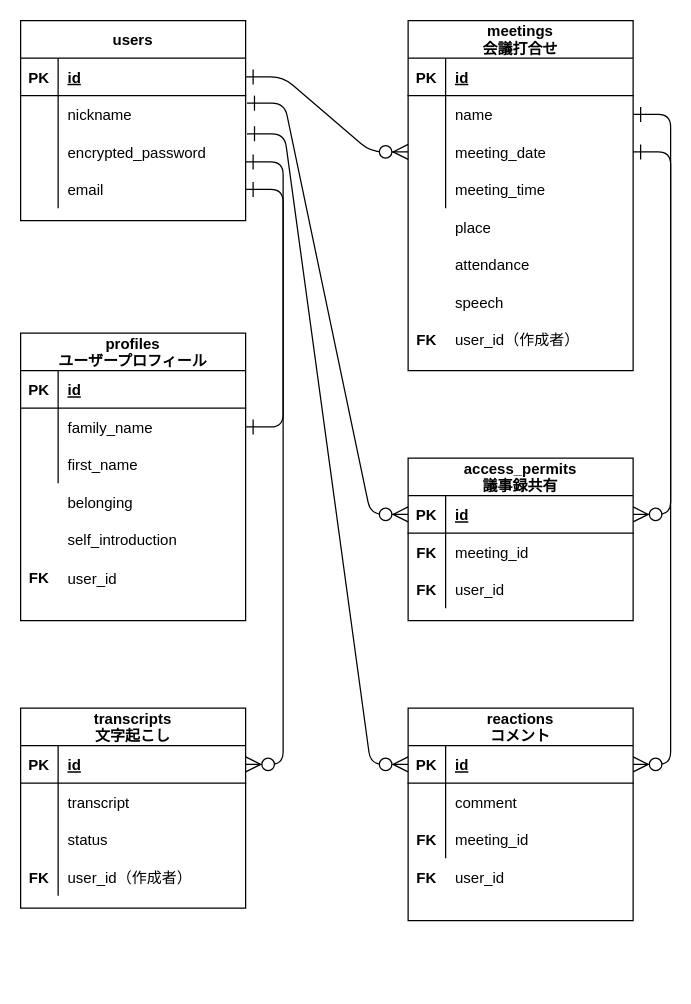
YoshiYamamura/gijimemo_app keeps this draw.io diagram as ER.dio. Above is the earlier version. Source tidied: cells renumbered, new cells numbered last; positions are measured from the earlier drawing's top-left corner, leaving out a move shared by most shapes. Both pictures are drawn from the tidied source at 125%, with x=0, y=0 at pixel (20, 20).
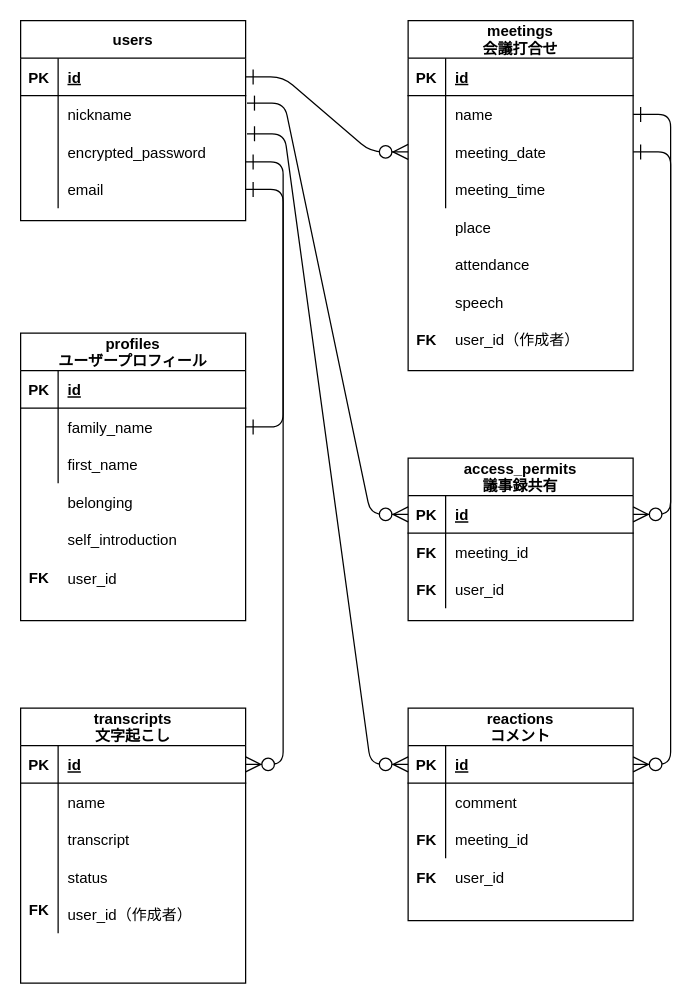
The same diagram, later.

The edit, as a diff of the source:
```diff
@@
     <mxCell id="74" style="group;" parent="1" vertex="1">
-      <mxGeometry y="550" width="180" height="160" as="geometry" />
+      <mxGeometry y="550" width="180" height="190" as="geometry" />
     </mxCell>
     <mxCell id="75" value="transcripts&#10;文字起こし" style="shape=table;startSize=30;childLayout=tableLayout;rowLines=0;fontStyle=1;align=center;" parent="74" vertex="1">
-      <mxGeometry width="180" height="160" as="geometry" />
+      <mxGeometry width="180" height="220" as="geometry" />
     </mxCell>
@@
+    <mxCell id="96" style="shape=partialRectangle;fillColor=none;top=0;left=0;bottom=0;right=0;" parent="75" vertex="1">
+      <mxGeometry y="60" width="180" height="30" as="geometry" />
+    </mxCell>
+    <mxCell id="97" style="shape=partialRectangle;fillColor=none;top=0;left=0;bottom=0;right=0;overflow=hidden;" parent="96" vertex="1">
+      <mxGeometry width="30" height="30" as="geometry" />
+    </mxCell>
+    <mxCell id="98" value="name" style="shape=partialRectangle;fillColor=none;top=0;left=0;bottom=0;right=0;align=left;spacingLeft=6;overflow=hidden;" parent="96" vertex="1">
+      <mxGeometry x="30" width="150" height="30" as="geometry" />
+    </mxCell>
     <mxCell id="79" style="shape=partialRectangle;fillColor=none;top=0;left=0;bottom=0;right=0;" parent="75" vertex="1">
-      <mxGeometry y="60" width="180" height="30" as="geometry" />
+      <mxGeometry y="90" width="180" height="30" as="geometry" />
     </mxCell>
@@
     <mxCell id="82" style="shape=partialRectangle;fillColor=none;top=0;left=0;bottom=0;right=0;" parent="75" vertex="1">
-      <mxGeometry y="90" width="180" height="30" as="geometry" />
+      <mxGeometry y="120" width="180" height="30" as="geometry" />
     </mxCell>
@@
     <mxCell id="85" style="shape=partialRectangle;fillColor=none;top=0;left=0;bottom=0;right=0;" parent="75" vertex="1">
-      <mxGeometry y="120" width="180" height="30" as="geometry" />
+      <mxGeometry y="150" width="180" height="30" as="geometry" />
     </mxCell>
@@
     <mxCell id="88" value="FK" style="shape=partialRectangle;fillColor=none;top=0;left=0;bottom=0;right=0;fontStyle=1;overflow=hidden;" parent="74" vertex="1">
-      <mxGeometry y="120" width="30" height="30" as="geometry" />
+      <mxGeometry y="143.5" width="30" height="35.6" as="geometry" />
     </mxCell>
```
